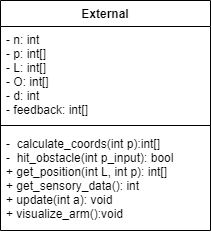
filkata123/RSSTP keeps this draw.io diagram as misc/diagrams/external_class_diagram.png. Above is the earlier version. Source tidied: cells renumbered, new cells last; positions are measured from the earlier drawing's top-left corner, leaving out a move shared by most shapes.
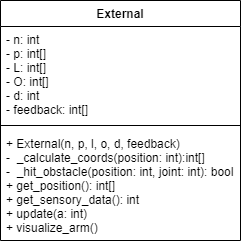
After the commit.

Commit message:
Updated class diagrams

Diff of the diagram source:
```diff
@@ -3,16 +3,16 @@
     <mxCell id="0" />
     <mxCell id="1" parent="0" />
     <mxCell id="2" value="External" style="swimlane;fontStyle=1;align=center;verticalAlign=top;horizontal=1;startSize=26;" parent="1" vertex="1">
-      <mxGeometry width="210" height="230" as="geometry" />
+      <mxGeometry width="240" height="240" as="geometry" />
     </mxCell>
     <mxCell id="3" value="- n: int&#10;- p: int[]&#10;- L: int[]&#10;- O: int[]&#10;- d: int&#10;- feedback: int[]&#10;" style="text;align=left;verticalAlign=top;spacingLeft=4;spacingRight=4;overflow=hidden;" parent="2" vertex="1">
-      <mxGeometry y="26" width="210" height="94" as="geometry" />
+      <mxGeometry y="26" width="240" height="94" as="geometry" />
     </mxCell>
     <mxCell id="4" style="line;strokeWidth=1;fillColor=none;align=left;verticalAlign=middle;spacingTop=-1;spacingLeft=3;spacingRight=3;labelPosition=right;strokeColor=inherit;" parent="2" vertex="1">
-      <mxGeometry y="120" width="210" height="10" as="geometry" />
+      <mxGeometry y="120" width="240" height="10" as="geometry" />
     </mxCell>
-    <mxCell id="5" value="-  calculate_coords(int p):int[]&#10;-  hit_obstacle(int p_input): bool&#10;+ get_position(int L, int p): int[]&#10;+ get_sensory_data(): int&#10;+ update(int a): void&#10;+ visualize_arm():void" style="text;strokeColor=none;fillColor=none;align=left;verticalAlign=top;spacingLeft=4;spacingRight=4;overflow=hidden;" parent="2" vertex="1">
-      <mxGeometry y="130" width="210" height="100" as="geometry" />
+    <mxCell id="5" value="+ External(n, p, l, o, d, feedback)&#10;-  _calculate_coords(position: int):int[]&#10;-  _hit_obstacle(position: int, joint: int): bool&#10;+ get_position(): int[]&#10;+ get_sensory_data(): int&#10;+ update(a: int)&#10;+ visualize_arm()" style="text;strokeColor=none;fillColor=none;align=left;verticalAlign=top;spacingLeft=4;spacingRight=4;overflow=hidden;" parent="2" vertex="1">
+      <mxGeometry y="130" width="240" height="110" as="geometry" />
     </mxCell>
   </root>
 </mxGraphModel>
```
